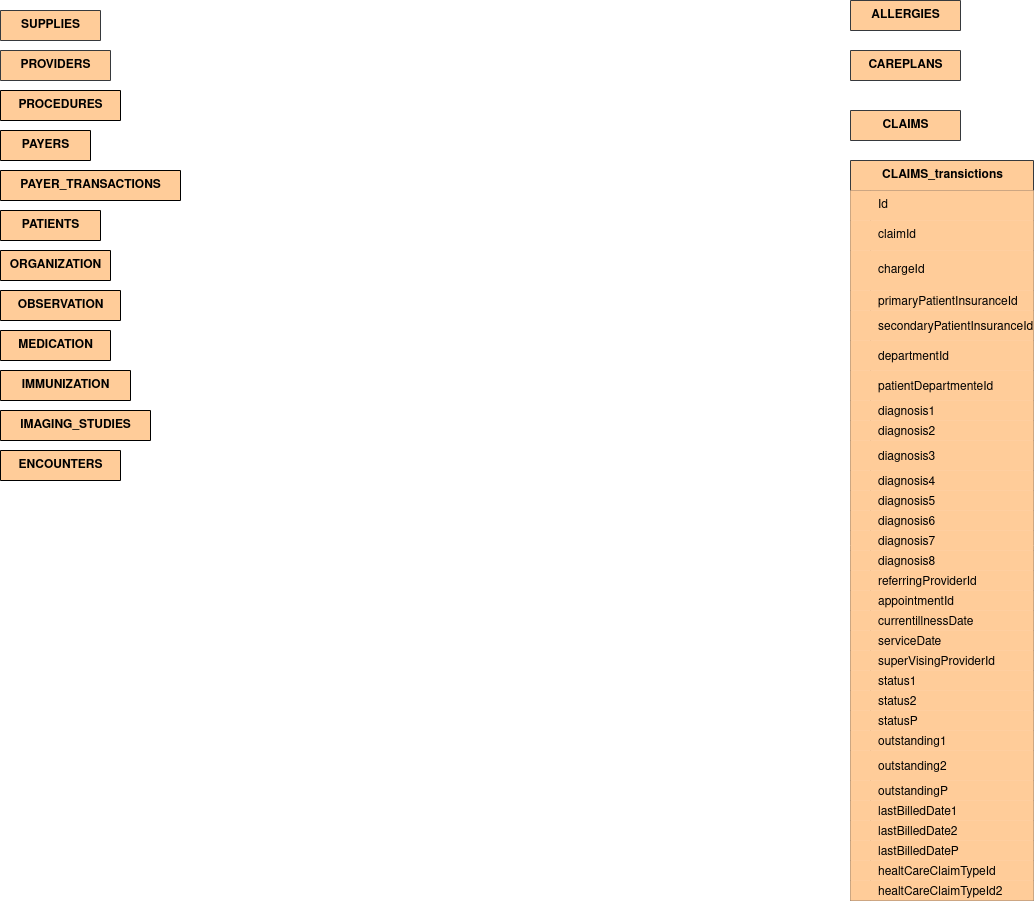
The draw.io diagram BigDataProject.drawio.png in UtsuroNoArashi/BigDataProject, before a commit. Source tidied: cells renumbered, new cells last; positions are measured from the earlier drawing's top-left corner, leaving out a move shared by most shapes.
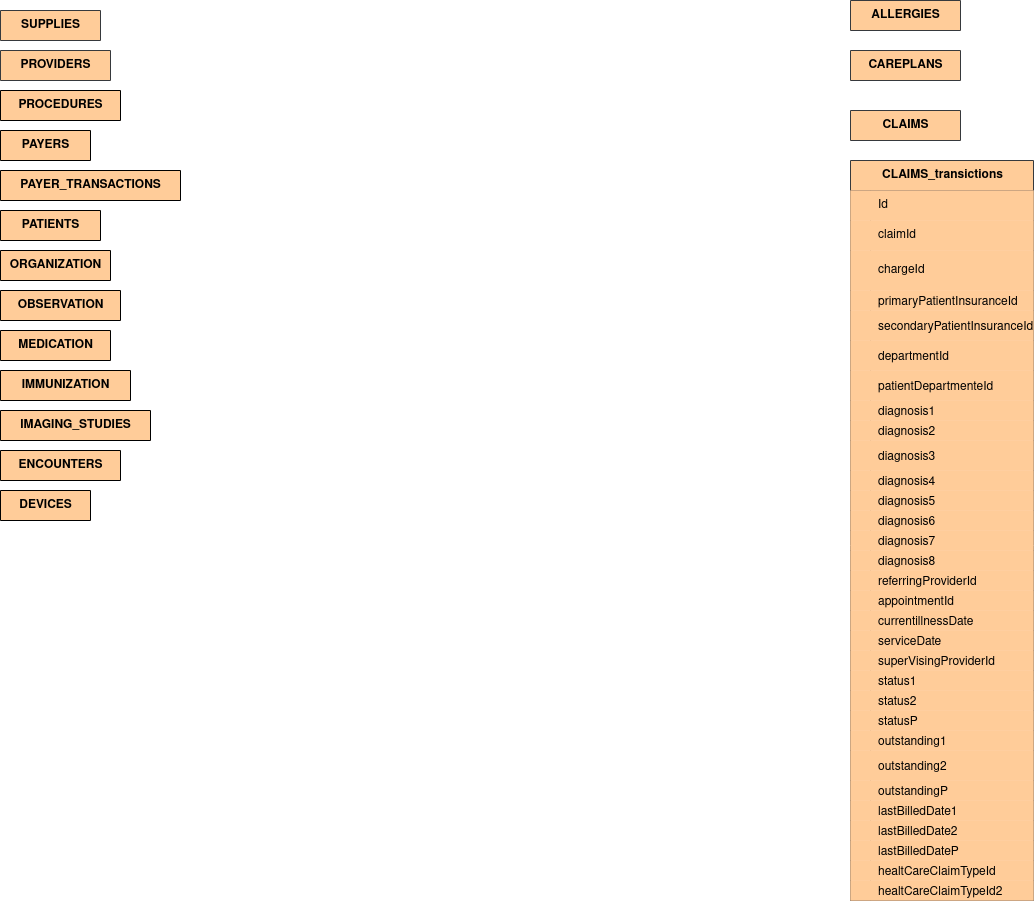
After the commit.

The edit, as a diff of the source:
```diff
@@ -329,5 +329,8 @@
     <mxCell id="110" value="ENCOUNTERS" style="shape=table;startSize=30;rowLines=0;fontStyle=1;align=center;html=1;fillColor=light-dark(#FFCC99,#B98351);fontColor=light-dark(#000000,#000000);" parent="1" vertex="1" collapsed="1">
       <mxGeometry y="450" width="120" height="30" as="geometry" />
     </mxCell>
+    <mxCell id="111" value="DEVICES" style="shape=table;startSize=30;rowLines=0;fontStyle=1;align=center;html=1;fillColor=light-dark(#FFCC99,#B98351);fontColor=light-dark(#000000,#000000);" parent="1" vertex="1" collapsed="1">
+      <mxGeometry y="490" width="90" height="30" as="geometry" />
+    </mxCell>
   </root>
 </mxGraphModel>
```
